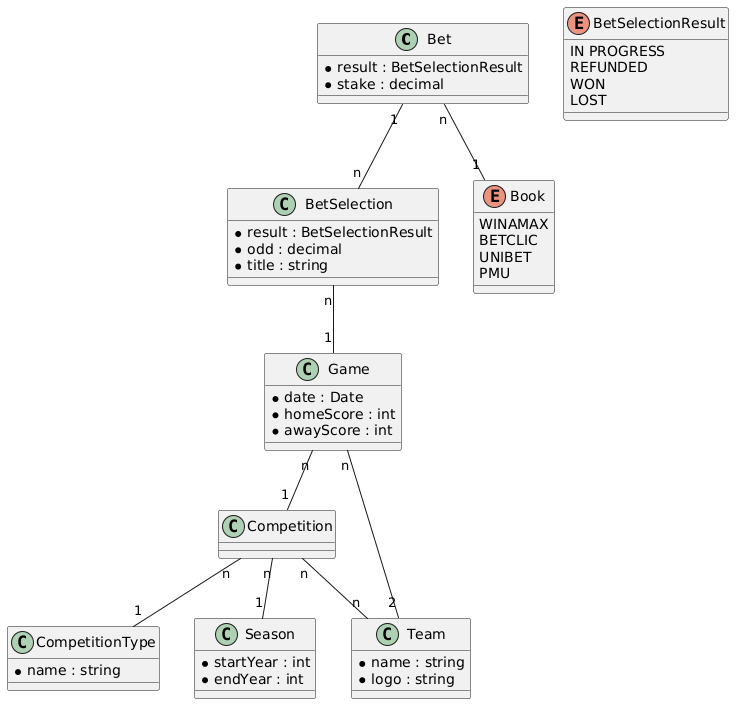
Earlier version of the PlantUML export class.png (KML-Style/betting).
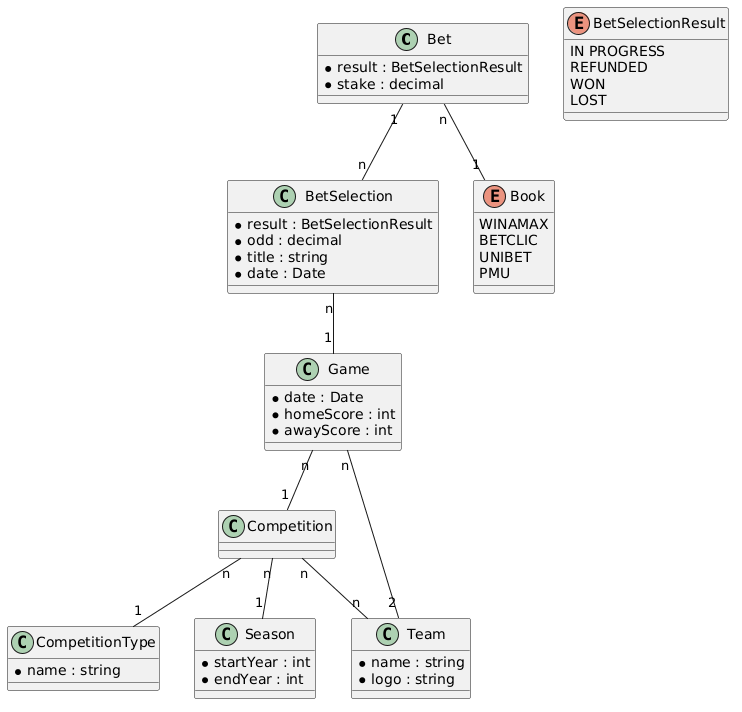
Later version of the same file.

What changed in the source:
```diff
@@ -8,6 +8,7 @@
    *result : BetSelectionResult
    *odd : decimal
    *title : string
+   *date : Date
 }
 
 class Game{
@@ -34,10 +35,10 @@
 }
 
 enum Book{
-    WINAMAX
-    BETCLIC
-    UNIBET
-    PMU
+   WINAMAX
+   BETCLIC
+   UNIBET
+   PMU
 }
 
 enum BetSelectionResult{
```
